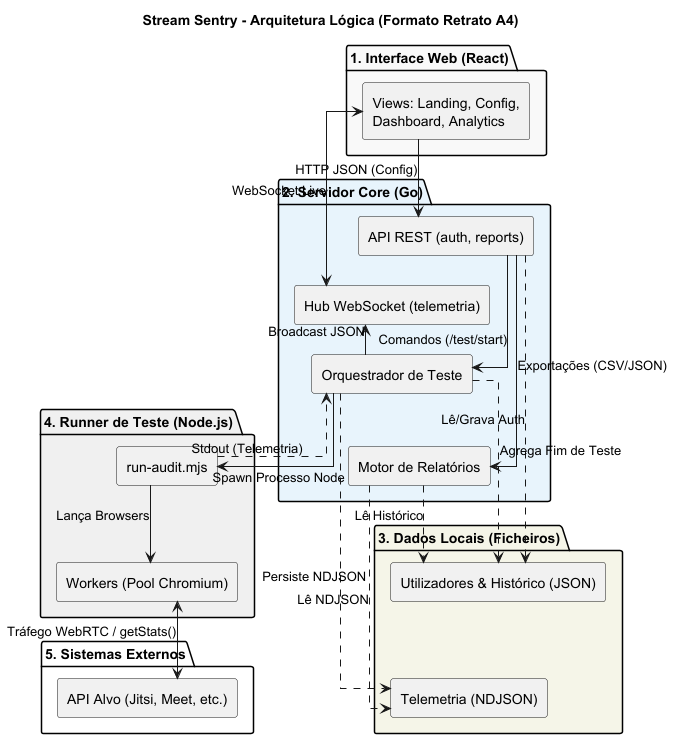
Above: Artefatos/ArquiteturaLogica.png in ICEI-PUC-Minas-PPLES-TI/plf-es-2025-2-tcci-0393100-dev-rafael-parreira (PlantUML), before the change.
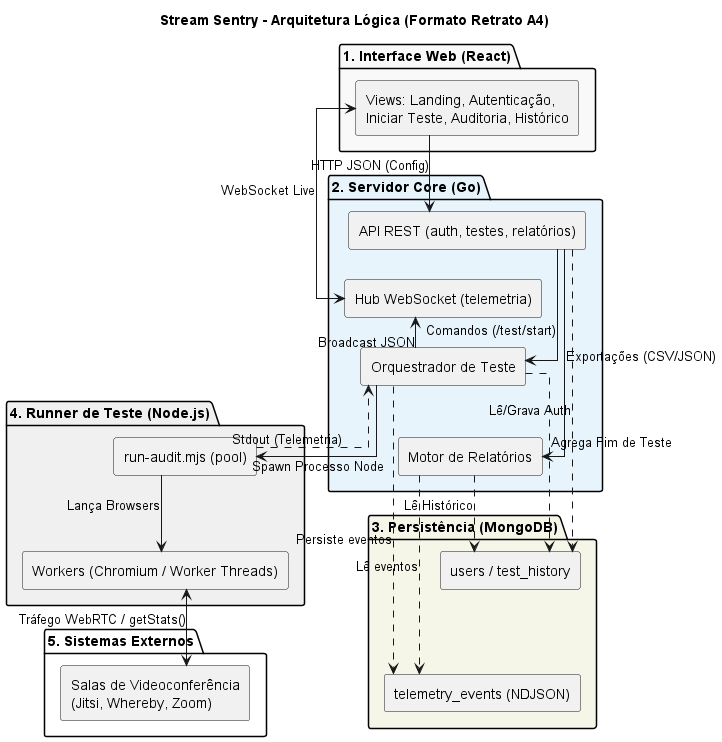
The same file after the commit.

What changed in the source:
```diff
@@ -8,11 +8,11 @@
 title Stream Sentry - Arquitetura Lógica (Formato Retrato A4)
 
 package "1. Interface Web (React)" #F9F9F9 {
-  component "Views: Landing, Config,\nDashboard, Analytics" as UI
+  component "Views: Landing, Autenticação,\nIniciar Teste, Auditoria, Histórico" as UI
 }
 
 package "2. Servidor Core (Go)" #E8F4FC {
-  component "API REST (auth, reports)" as REST
+  component "API REST (auth, testes, relatórios)" as REST
   component "Hub WebSocket (telemetria)" as WSHub
   component "Orquestrador de Teste" as Orchestrator
   component "Motor de Relatórios" as Reports
@@ -22,22 +22,22 @@
   Orchestrator -[hidden]down-> Reports
 }
 
-package "3. Dados Locais (Ficheiros)" #F5F5E8 {
-  component "Utilizadores & Histórico (JSON)" as UserHist
-  component "Telemetria (NDJSON)" as TelFiles
+package "3. Persistência (MongoDB)" #F5F5E8 {
+  component "users / test_history" as UserHist
+  component "telemetry_events (NDJSON)" as TelFiles
 
   UserHist -[hidden]down-> TelFiles
 }
 
 package "4. Runner de Teste (Node.js)" #F0F0F0 {
-  component "run-audit.mjs" as Script
-  component "Workers (Pool Chromium)" as Workers
+  component "run-audit.mjs (pool)" as Script
+  component "Workers (Chromium / Worker Threads)" as Workers
 
   Script -[hidden]down-> Workers
 }
 
 package "5. Sistemas Externos" #FFFFFF {
-  component "API Alvo (Jitsi, Meet, etc.)" as External
+  component "Salas de Videoconferência\n(Jitsi, Whereby, Zoom)" as External
 }
 
 UI -[hidden]down-> REST
@@ -54,10 +54,10 @@
 
 Orchestrator --> WSHub : Broadcast JSON
 Orchestrator --> Script : Spawn Processo Node
-Orchestrator ..> TelFiles : Persiste NDJSON
+Orchestrator ..> TelFiles : Persiste eventos
 Orchestrator ..> UserHist : Agrega Fim de Teste
 
-Reports ..> TelFiles : Lê NDJSON
+Reports ..> TelFiles : Lê eventos
 Reports ..> UserHist : Lê Histórico
 
 Script ..> Orchestrator : Stdout (Telemetria)
```
